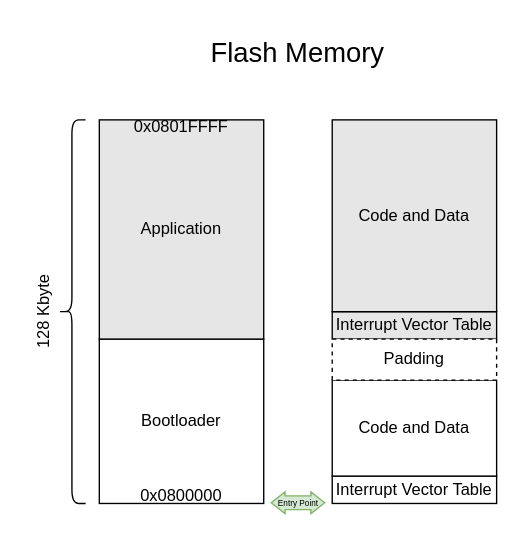
Above: bootloader/bootloader mechanics.drawio in pipipipi2002/pmb_stm32 (draw.io), before the change. Source tidied: cells renumbered, new cells numbered last; positions are measured from the earlier drawing's top-left corner, leaving out a move shared by most shapes. Both pictures are drawn from the tidied source at 137%, with x=0, y=0 at pixel (3, 23).
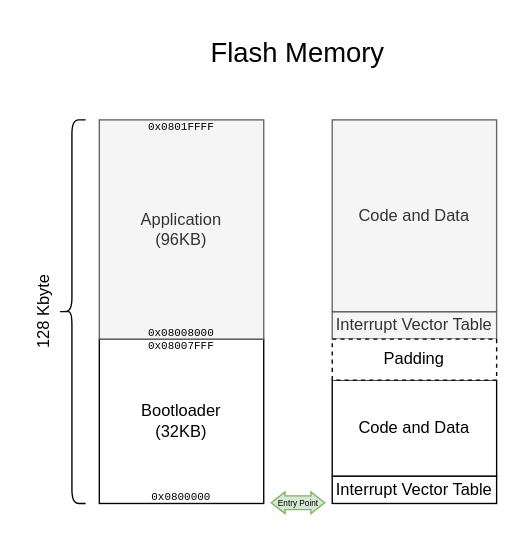
The same diagram, later.

Commit message (it also covers changes not shown here):
Bootloader jump to app

The edit, as a diff of the source:
```diff
@@
 <mxGraphModel>
   <root>
     <mxCell id="0" />
     <mxCell id="1" parent="0" />
-    <mxCell id="2" value="Bootloader" style="whiteSpace=wrap;html=1;" parent="1" vertex="1">
+    <mxCell id="2" value="Bootloader&lt;br&gt;(32KB)" style="whiteSpace=wrap;html=1;" parent="1" vertex="1">
       <mxGeometry x="70" y="230" width="120" height="120" as="geometry" />
     </mxCell>
     <mxCell id="3" value="Flash Memory" style="text;html=1;strokeColor=none;fillColor=none;align=center;verticalAlign=middle;whiteSpace=wrap;rounded=0;fontSize=20;" parent="1" vertex="1">
       <mxGeometry x="140" width="150" height="40" as="geometry" />
     </mxCell>
-    <mxCell id="4" value="Application" style="whiteSpace=wrap;html=1;fillColor=#E6E6E6;" parent="1" vertex="1">
+    <mxCell id="4" value="Application&lt;br&gt;(96KB)" style="whiteSpace=wrap;html=1;fillColor=#f5f5f5;fontColor=#333333;strokeColor=#666666;" parent="1" vertex="1">
       <mxGeometry x="70" y="70" width="120" height="160" as="geometry" />
     </mxCell>
-    <mxCell id="5" value="0x0800000" style="text;html=1;strokeColor=none;fillColor=none;align=center;verticalAlign=middle;whiteSpace=wrap;rounded=0;" parent="1" vertex="1">
+    <mxCell id="5" value="0x0800000" style="text;html=1;strokeColor=none;fillColor=none;align=center;verticalAlign=middle;whiteSpace=wrap;rounded=0;fontFamily=Courier New;fontSize=8;" parent="1" vertex="1">
       <mxGeometry x="100" y="330" width="60" height="30" as="geometry" />
     </mxCell>
     <mxCell id="6" style="shape=curlyBracket;whiteSpace=wrap;html=1;rounded=1;labelPosition=left;verticalLabelPosition=middle;align=right;verticalAlign=middle;" parent="1" vertex="1">
       <mxGeometry x="40" y="70" width="20" height="280" as="geometry" />
     </mxCell>
-    <mxCell id="7" value="0x0801FFFF" style="text;html=1;strokeColor=none;fillColor=none;align=center;verticalAlign=middle;whiteSpace=wrap;rounded=0;" parent="1" vertex="1">
+    <mxCell id="7" value="0x0801FFFF" style="text;html=1;strokeColor=none;fillColor=none;align=center;verticalAlign=middle;whiteSpace=wrap;rounded=0;fontFamily=Courier New;fontSize=8;" parent="1" vertex="1">
       <mxGeometry x="100" y="60" width="60" height="30" as="geometry" />
     </mxCell>
     <mxCell id="8" value="128 Kbyte" style="text;html=1;strokeColor=none;fillColor=none;align=center;verticalAlign=middle;whiteSpace=wrap;rounded=0;rotation=-90;" parent="1" vertex="1">
       <mxGeometry y="195" width="60" height="30" as="geometry" />
     </mxCell>
-    <mxCell id="9" value="Interrupt Vector Table" style="whiteSpace=wrap;html=1;fillColor=#E6E6E6;" parent="1" vertex="1">
+    <mxCell id="9" value="Interrupt Vector Table" style="whiteSpace=wrap;html=1;fillColor=#f5f5f5;fontColor=#333333;strokeColor=#666666;" parent="1" vertex="1">
       <mxGeometry x="240" y="210" width="120" height="20" as="geometry" />
     </mxCell>
-    <mxCell id="10" value="Code and Data" style="whiteSpace=wrap;html=1;fillColor=#E6E6E6;" parent="1" vertex="1">
+    <mxCell id="10" value="Code and Data" style="whiteSpace=wrap;html=1;fillColor=#f5f5f5;fontColor=#333333;strokeColor=#666666;" parent="1" vertex="1">
       <mxGeometry x="240" y="70" width="120" height="140" as="geometry" />
     </mxCell>
     <mxCell id="11" value="Interrupt Vector Table" style="whiteSpace=wrap;html=1;" parent="1" vertex="1">
       <mxGeometry x="240" y="330" width="120" height="20" as="geometry" />
     </mxCell>
     <mxCell id="12" value="Code and Data" style="whiteSpace=wrap;html=1;" parent="1" vertex="1">
       <mxGeometry x="240" y="260" width="120" height="70" as="geometry" />
     </mxCell>
     <mxCell id="13" value="Padding" style="whiteSpace=wrap;html=1;dashed=1;" parent="1" vertex="1">
       <mxGeometry x="240" y="230" width="120" height="30" as="geometry" />
     </mxCell>
     <mxCell id="14" style="shape=flexArrow;endArrow=classic;html=1;rounded=0;endWidth=4.848484848484849;endSize=3.0181818181818185;fillColor=#d5e8d4;strokeColor=#82b366;startArrow=block;startWidth=4.848484848484849;startSize=3.0181818181818185;" parent="1" edge="1">
       <mxGeometry relative="1" as="geometry">
         <mxPoint x="235" y="349.5" as="sourcePoint" />
         <mxPoint x="195" y="349.5" as="targetPoint" />
       </mxGeometry>
     </mxCell>
     <mxCell id="15" value="&lt;font style=&quot;font-size: 6px;&quot;&gt;Entry Point&lt;/font&gt;" style="edgeLabel;html=1;align=center;verticalAlign=middle;labelBackgroundColor=none;" parent="14" vertex="1">
       <mxGeometry x="0.03" y="-2" relative="1" as="geometry" />
     </mxCell>
+    <mxCell id="16" value="0x08007FFF" style="text;html=1;strokeColor=none;fillColor=none;align=center;verticalAlign=middle;whiteSpace=wrap;rounded=0;fontFamily=Courier New;fontSize=8;" parent="1" vertex="1">
+      <mxGeometry x="100" y="220" width="60" height="30" as="geometry" />
+    </mxCell>
+    <mxCell id="17" value="0x08008000" style="text;html=1;strokeColor=none;fillColor=none;align=center;verticalAlign=middle;whiteSpace=wrap;rounded=0;fontFamily=Courier New;fontSize=8;" parent="1" vertex="1">
+      <mxGeometry x="100" y="210" width="60" height="30" as="geometry" />
+    </mxCell>
   </root>
 </mxGraphModel>
```
